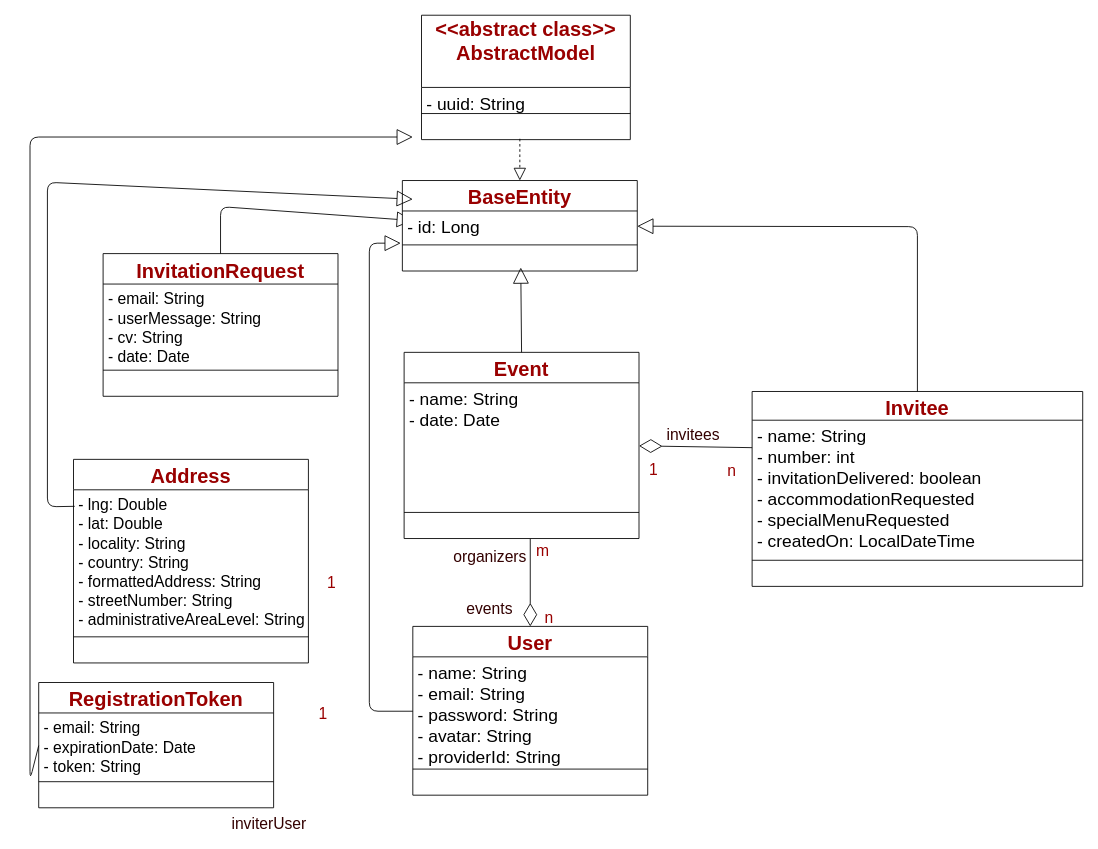
Above: szervezor_class_diagram.drawio in tbkincso/SoftEng (draw.io), before the change. Source tidied: cells renumbered, new cells numbered last; positions are measured from the earlier drawing's top-left corner, leaving out a move shared by most shapes. Both pictures are drawn from the tidied source at 87%, with x=0, y=0 at pixel (30, 15).
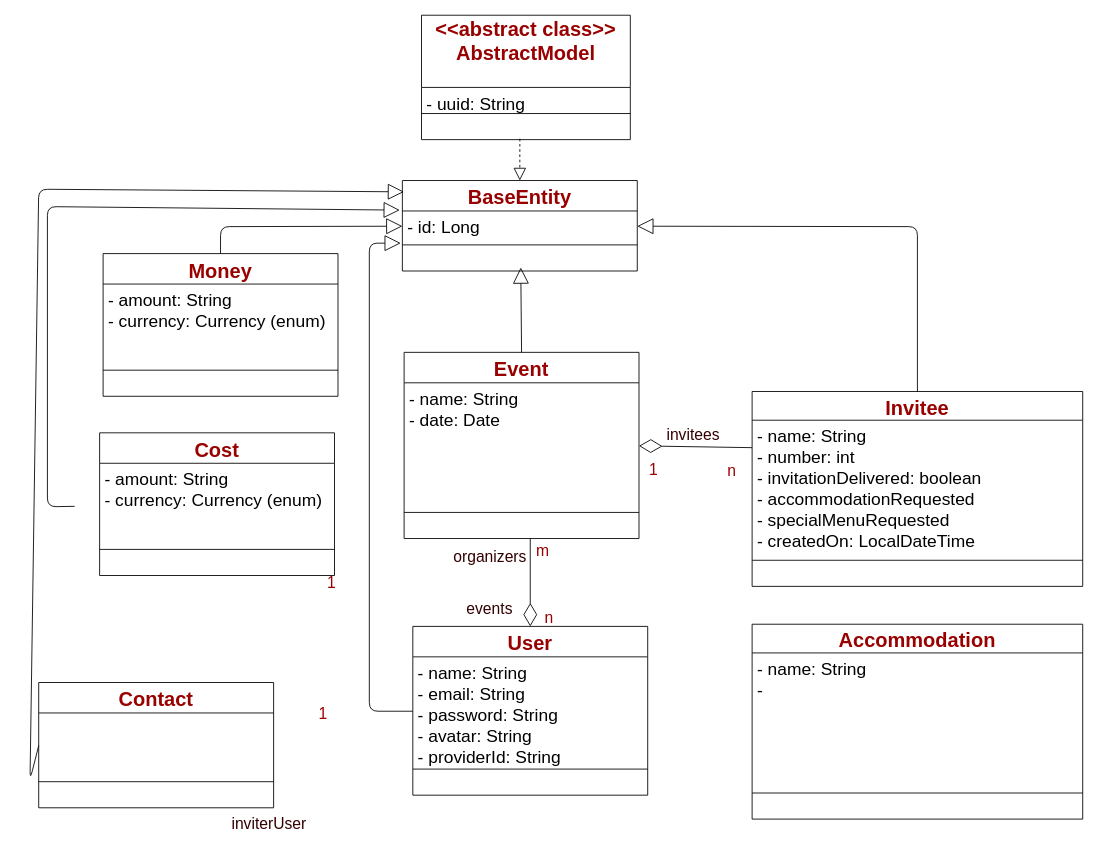
Above is the later version.

Unchanged cells that the change refers to:
```xml
<mxCell id="46" value="BaseEntity" style="swimlane;fontStyle=1;align=center;verticalAlign=middle;horizontal=1;startSize=35;swimlaneFillColor=#ffffff;strokeColor=#000000;strokeWidth=1;fillColor=none;fontSize=23;fontColor=#990000;perimeterSpacing=0;" parent="1" vertex="1">
  <mxGeometry x="428" y="190" width="270" height="104" as="geometry" />
</mxCell>
<mxCell id="47" value="- id: Long" style="text;strokeColor=none;fillColor=none;align=left;verticalAlign=top;spacingLeft=4;spacingRight=4;overflow=hidden;points=[[0,0.5],[1,0.5]];portConstraint=eastwest;fontSize=20;" parent="46" vertex="1">
  <mxGeometry y="35" width="270" height="35" as="geometry" />
</mxCell>
```

What changed in the source:
```diff
@@
-    <mxCell id="6" value="Address" style="swimlane;fontStyle=1;align=center;verticalAlign=middle;horizontal=1;startSize=35;swimlaneFillColor=#ffffff;strokeColor=#000000;strokeWidth=1;fillColor=none;fontSize=23;fontColor=#990000;perimeterSpacing=0;" parent="1" vertex="1">
-      <mxGeometry x="50" y="510.5" width="270" height="234" as="geometry" />
-    </mxCell>
-    <mxCell id="7" value="- lng: Double&#10;- lat: Double&#10;- locality: String&#10;- country: String&#10;- formattedAddress: String&#10;- streetNumber: String&#10;- administrativeAreaLevel: String" style="text;strokeColor=none;fillColor=none;align=left;verticalAlign=top;spacingLeft=4;spacingRight=4;overflow=hidden;points=[[0,0.5],[1,0.5]];portConstraint=eastwest;fontSize=18;" parent="6" vertex="1">
-      <mxGeometry y="35" width="270" height="165" as="geometry" />
-    </mxCell>
-    <mxCell id="8" style="line;strokeWidth=1;fillColor=none;align=left;verticalAlign=middle;spacingTop=-1;spacingLeft=3;spacingRight=3;labelPosition=right;" parent="6" vertex="1">
-      <mxGeometry y="200" width="270" height="8" as="geometry" />
-    </mxCell>
-    <mxCell id="9" value=" " style="text;strokeColor=none;fillColor=none;align=left;verticalAlign=top;spacingLeft=4;spacingRight=4;overflow=hidden;" parent="6" vertex="1">
-      <mxGeometry y="208" width="270" height="26" as="geometry" />
-    </mxCell>
@@
-    <mxCell id="14" value="InvitationRequest" style="swimlane;fontStyle=1;align=center;verticalAlign=middle;horizontal=1;startSize=35;swimlaneFillColor=#ffffff;strokeColor=#000000;strokeWidth=1;fillColor=none;fontSize=23;fontColor=#990000;perimeterSpacing=0;" parent="1" vertex="1">
+    <mxCell id="14" value="Money" style="swimlane;fontStyle=1;align=center;verticalAlign=middle;horizontal=1;startSize=35;swimlaneFillColor=#ffffff;strokeColor=#000000;strokeWidth=1;fillColor=none;fontSize=23;fontColor=#990000;perimeterSpacing=0;" parent="1" vertex="1">
       <mxGeometry x="84" y="274" width="270" height="164" as="geometry" />
     </mxCell>
-    <mxCell id="15" value="- email: String&#10;- userMessage: String&#10;- cv: String&#10;- date: Date&#10;&#10;" style="text;strokeColor=none;fillColor=none;align=left;verticalAlign=top;spacingLeft=4;spacingRight=4;overflow=hidden;fontSize=18;" parent="14" vertex="1">
+    <mxCell id="15" value="- amount: String&#10;- currency: Currency (enum)&#10;&#10;" style="text;strokeColor=none;fillColor=none;align=left;verticalAlign=top;spacingLeft=4;spacingRight=4;overflow=hidden;fontSize=20;" parent="14" vertex="1">
       <mxGeometry y="35" width="270" height="95" as="geometry" />
     </mxCell>
@@
-    <mxCell id="18" value="RegistrationToken" style="swimlane;fontStyle=1;align=center;verticalAlign=middle;horizontal=1;startSize=35;swimlaneFillColor=#ffffff;strokeColor=#000000;strokeWidth=1;fillColor=none;fontSize=23;fontColor=#990000;perimeterSpacing=0;" parent="1" vertex="1">
+    <mxCell id="18" value="Contact" style="swimlane;fontStyle=1;align=center;verticalAlign=middle;horizontal=1;startSize=35;swimlaneFillColor=#ffffff;strokeColor=#000000;strokeWidth=1;fillColor=none;fontSize=23;fontColor=#990000;perimeterSpacing=0;" parent="1" vertex="1">
       <mxGeometry x="10" y="767" width="270" height="144" as="geometry" />
     </mxCell>
-    <mxCell id="19" value="- email: String&#10;- expirationDate: Date&#10;- token: String&#10;" style="text;strokeColor=none;fillColor=none;align=left;verticalAlign=top;spacingLeft=4;spacingRight=4;overflow=hidden;points=[[0,0.5],[1,0.5]];portConstraint=eastwest;fontSize=18;" parent="18" vertex="1">
+    <mxCell id="19" value="&#10;" style="text;strokeColor=none;fillColor=none;align=left;verticalAlign=top;spacingLeft=4;spacingRight=4;overflow=hidden;points=[[0,0.5],[1,0.5]];portConstraint=eastwest;fontSize=20;" parent="18" vertex="1">
       <mxGeometry y="35" width="270" height="75" as="geometry" />
     </mxCell>
@@
-    <mxCell id="23" style="endArrow=block;endSize=16;endFill=0;html=1;fontSize=16;fontColor=#990000;exitX=0.5;exitY=0;entryX=0;entryY=0.5;" parent="1" edge="1" source="14">
+    <mxCell id="23" style="endArrow=block;endSize=16;endFill=0;html=1;fontSize=16;fontColor=#990000;exitX=0.5;exitY=0;entryX=0;entryY=0.5;entryDx=0;entryDy=0;" parent="1" edge="1" source="14" target="47">
       <mxGeometry relative="1" as="geometry">
-        <mxPoint x="440" y="236" as="targetPoint" />
         <Array as="points">
-          <mxPoint x="219" y="220" />
+          <mxPoint x="219" y="243" />
         </Array>
       </mxGeometry>
     </mxCell>
-    <mxCell id="24" style="endArrow=block;endSize=16;endFill=0;html=1;fontSize=16;fontColor=#990000;entryX=0;entryY=0.5;exitX=0.005;exitY=0.115;exitPerimeter=0;" parent="1" edge="1" source="7">
+    <mxCell id="24" style="endArrow=block;endSize=16;endFill=0;html=1;fontSize=16;fontColor=#990000;entryX=-0.011;entryY=0.327;exitX=0.005;exitY=0.115;exitPerimeter=0;entryDx=0;entryDy=0;entryPerimeter=0;" parent="1" edge="1" target="46">
       <mxGeometry relative="1" as="geometry">
-        <mxPoint x="440" y="211.5" as="targetPoint" />
+        <mxPoint x="51.3" y="564.5" as="sourcePoint" />
         <Array as="points">
           <mxPoint x="20" y="565" />
-          <mxPoint x="20" y="192" />
+          <mxPoint x="20" y="220" />
         </Array>
       </mxGeometry>
     </mxCell>
-    <mxCell id="25" style="endArrow=block;endSize=16;endFill=0;html=1;fontSize=16;fontColor=#990000;exitX=0;exitY=0.5;" parent="1" edge="1" source="19">
+    <mxCell id="25" style="endArrow=block;endSize=16;endFill=0;html=1;fontSize=16;fontColor=#990000;exitX=0;exitY=0.5;entryX=0.007;entryY=0.125;entryDx=0;entryDy=0;entryPerimeter=0;" parent="1" edge="1" source="19" target="46">
       <mxGeometry relative="1" as="geometry">
-        <mxPoint x="440" y="140" as="targetPoint" />
         <Array as="points">
           <mxPoint y="879" />
-          <mxPoint y="140" />
+          <mxPoint x="10" y="200" />
         </Array>
       </mxGeometry>
     </mxCell>
@@
+    <mxCell id="53" value="Accommodation" style="swimlane;fontStyle=1;align=center;verticalAlign=middle;horizontal=1;startSize=33;swimlaneFillColor=#ffffff;strokeColor=#000000;strokeWidth=1;fillColor=none;fontSize=23;fontColor=#990000;perimeterSpacing=0;" parent="1" vertex="1">
+      <mxGeometry x="830" y="700" width="380" height="224" as="geometry" />
+    </mxCell>
+    <mxCell id="54" value="- name: String&#10;- " style="text;strokeColor=none;fillColor=none;align=left;verticalAlign=top;spacingLeft=4;spacingRight=4;overflow=hidden;fontSize=20;" parent="53" vertex="1">
+      <mxGeometry y="33" width="380" height="157" as="geometry" />
+    </mxCell>
+    <mxCell id="55" style="line;strokeWidth=1;fillColor=none;align=left;verticalAlign=middle;spacingTop=-1;spacingLeft=3;spacingRight=3;labelPosition=right;" parent="53" vertex="1">
+      <mxGeometry y="190" width="380" height="8" as="geometry" />
+    </mxCell>
+    <mxCell id="56" value=" " style="text;strokeColor=none;fillColor=none;align=left;verticalAlign=top;spacingLeft=4;spacingRight=4;overflow=hidden;" parent="53" vertex="1">
+      <mxGeometry y="198" width="380" height="26" as="geometry" />
+    </mxCell>
+    <mxCell id="57" value="Cost" style="swimlane;fontStyle=1;align=center;verticalAlign=middle;horizontal=1;startSize=35;swimlaneFillColor=#ffffff;strokeColor=#000000;strokeWidth=1;fillColor=none;fontSize=23;fontColor=#990000;perimeterSpacing=0;" parent="1" vertex="1">
+      <mxGeometry x="80" y="480" width="270" height="164" as="geometry" />
+    </mxCell>
+    <mxCell id="58" value="- amount: String&#10;- currency: Currency (enum)&#10;&#10;" style="text;strokeColor=none;fillColor=none;align=left;verticalAlign=top;spacingLeft=4;spacingRight=4;overflow=hidden;fontSize=20;" parent="57" vertex="1">
+      <mxGeometry y="35" width="270" height="95" as="geometry" />
+    </mxCell>
+    <mxCell id="59" style="line;strokeWidth=1;fillColor=none;align=left;verticalAlign=middle;spacingTop=-1;spacingLeft=3;spacingRight=3;labelPosition=right;" parent="57" vertex="1">
+      <mxGeometry y="130" width="270" height="8" as="geometry" />
+    </mxCell>
+    <mxCell id="60" value=" " style="text;strokeColor=none;fillColor=none;align=left;verticalAlign=top;spacingLeft=4;spacingRight=4;overflow=hidden;" parent="57" vertex="1">
+      <mxGeometry y="138" width="270" height="26" as="geometry" />
+    </mxCell>
```
